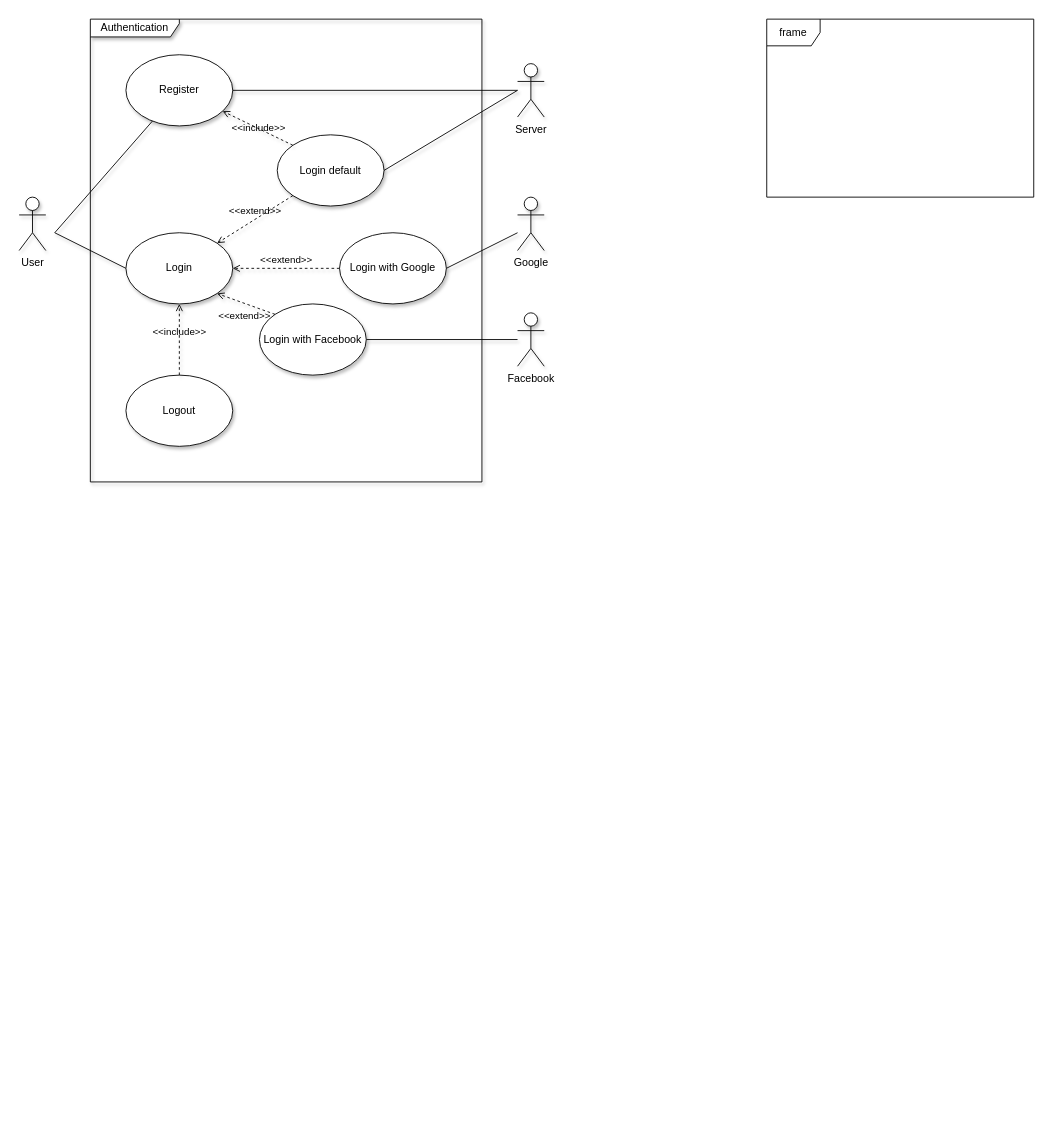
This is docs/UML/auth/usecase.drawio from thuongtruong1009/zoomer, a draw.io file, before an edit. Source tidied: cells renumbered, new cells numbered last; positions are measured from the earlier drawing's top-left corner, leaving out a move shared by most shapes. Both pictures are drawn from the tidied source at 89%, with x=0, y=0 at pixel (19, 19).
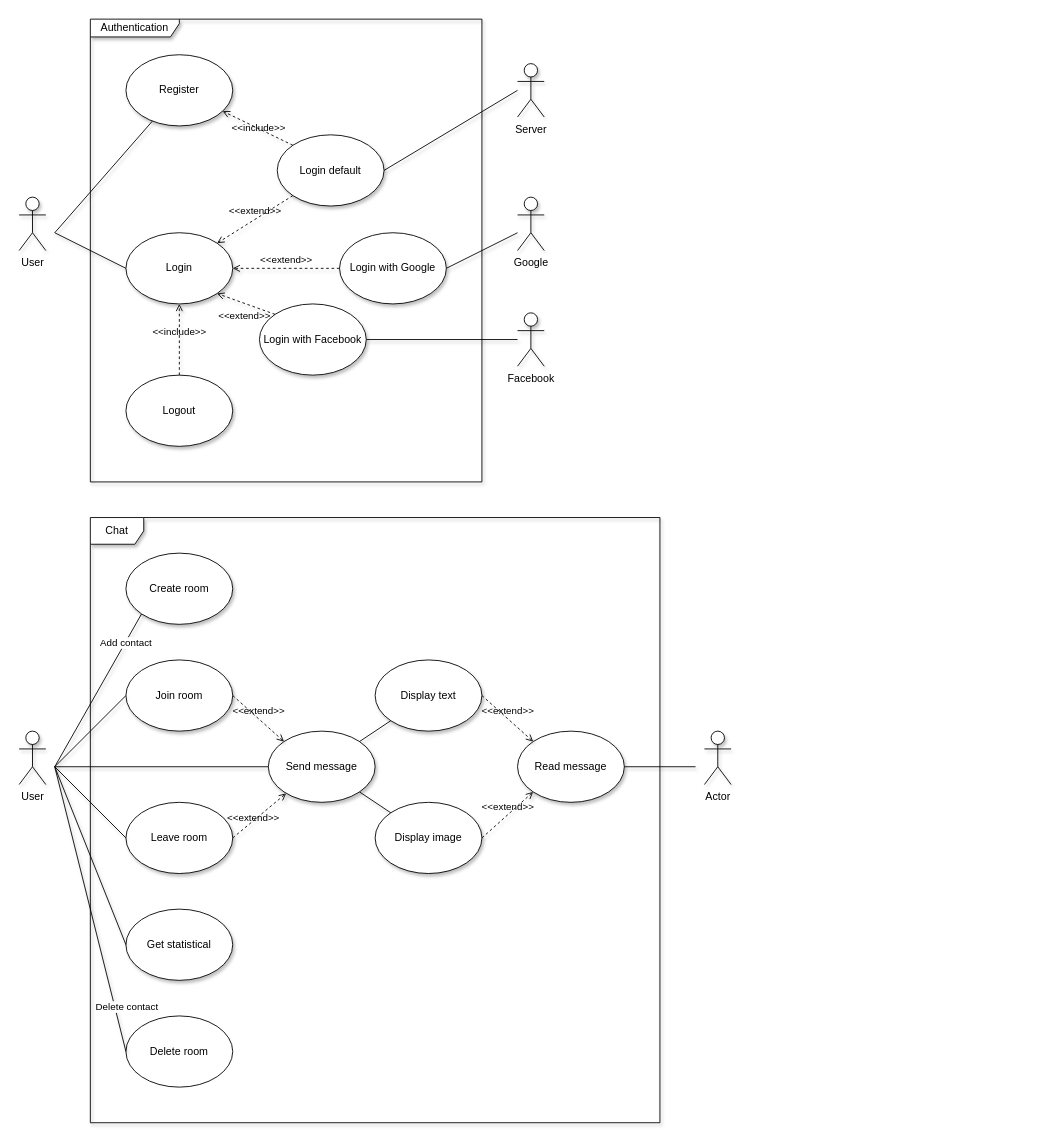
The same diagram, later.

The change refers to these unchanged cells:
```xml
<mxCell id="7" value="Register" style="ellipse;whiteSpace=wrap;html=1;shadow=1;" parent="1" vertex="1">
  <mxGeometry x="120" y="40" width="120" height="80" as="geometry" />
</mxCell>
```

Diff of the diagram source:
```diff
@@
-    <mxCell id="14" style="endArrow=none;html=1;rounded=0;exitX=1;exitY=0.5;exitDx=0;exitDy=0;shadow=1;" parent="1" edge="1" source="7">
-      <mxGeometry relative="1" as="geometry">
-        <mxPoint x="560" y="80" as="targetPoint" />
-      </mxGeometry>
-    </mxCell>
@@
-    <mxCell id="24" value="frame" style="shape=umlFrame;whiteSpace=wrap;html=1;" parent="1" vertex="1">
-      <mxGeometry x="840" width="300" height="200" as="geometry" />
+    <mxCell id="24" value="Chat" style="shape=umlFrame;whiteSpace=wrap;html=1;shadow=1;" parent="1" vertex="1">
+      <mxGeometry x="80" y="560" width="640" height="680" as="geometry" />
     </mxCell>
+    <mxCell id="25" value="User" style="shape=umlActor;verticalLabelPosition=bottom;verticalAlign=top;html=1;shadow=1;" parent="1" vertex="1">
+      <mxGeometry y="800" width="30" height="60" as="geometry" />
+    </mxCell>
+    <mxCell id="26" value="Actor" style="shape=umlActor;verticalLabelPosition=bottom;verticalAlign=top;html=1;shadow=1;" parent="1" vertex="1">
+      <mxGeometry x="770" y="800" width="30" height="60" as="geometry" />
+    </mxCell>
+    <mxCell id="27" value="Join room" style="ellipse;whiteSpace=wrap;html=1;shadow=1;" parent="1" vertex="1">
+      <mxGeometry x="120" y="720" width="120" height="80" as="geometry" />
+    </mxCell>
+    <mxCell id="28" value="Get statistical" style="ellipse;whiteSpace=wrap;html=1;shadow=1;" parent="1" vertex="1">
+      <mxGeometry x="120" y="1000" width="120" height="80" as="geometry" />
+    </mxCell>
+    <mxCell id="29" value="Read message" style="ellipse;whiteSpace=wrap;html=1;shadow=1;" parent="1" vertex="1">
+      <mxGeometry x="560" y="800" width="120" height="80" as="geometry" />
+    </mxCell>
+    <mxCell id="30" style="endArrow=none;html=1;rounded=0;entryX=0;entryY=0.5;entryDx=0;entryDy=0;shadow=1;" parent="1" edge="1" target="27">
+      <mxGeometry relative="1" as="geometry">
+        <mxPoint x="40" y="840" as="sourcePoint" />
+      </mxGeometry>
+    </mxCell>
+    <mxCell id="31" style="endArrow=none;html=1;rounded=0;entryX=1;entryY=0.5;entryDx=0;entryDy=0;shadow=1;" parent="1" edge="1" target="29">
+      <mxGeometry relative="1" as="geometry">
+        <mxPoint x="760" y="840" as="sourcePoint" />
+      </mxGeometry>
+    </mxCell>
+    <mxCell id="32" style="endArrow=none;html=1;rounded=0;entryX=0;entryY=1;entryDx=0;entryDy=0;shadow=1;" parent="1" edge="1" target="44">
+      <mxGeometry relative="1" as="geometry">
+        <mxPoint x="40" y="840" as="sourcePoint" />
+      </mxGeometry>
+    </mxCell>
+    <mxCell id="33" value="Add contact" style="edgeLabel;html=1;align=center;verticalAlign=middle;" parent="32" vertex="1">
+      <mxGeometry x="0.16" relative="1" as="geometry">
+        <mxPoint x="23" y="-40" as="offset" />
+      </mxGeometry>
+    </mxCell>
+    <mxCell id="34" style="endArrow=none;html=1;rounded=0;entryX=0;entryY=0.5;entryDx=0;entryDy=0;shadow=1;" parent="1" edge="1" target="35">
+      <mxGeometry relative="1" as="geometry">
+        <mxPoint x="40" y="840" as="sourcePoint" />
+      </mxGeometry>
+    </mxCell>
+    <mxCell id="35" value="Send message" style="ellipse;whiteSpace=wrap;html=1;shadow=1;" parent="1" vertex="1">
+      <mxGeometry x="280" y="800" width="120" height="80" as="geometry" />
+    </mxCell>
+    <mxCell id="36" value="&amp;lt;&amp;lt;extend&amp;gt;&amp;gt;" style="html=1;verticalAlign=bottom;labelBackgroundColor=none;endArrow=open;endFill=0;dashed=1;rounded=0;entryX=0;entryY=0;entryDx=0;entryDy=0;exitX=1;exitY=0.5;exitDx=0;exitDy=0;shadow=1;" parent="1" edge="1" source="27" target="35">
+      <mxGeometry relative="1" as="geometry" />
+    </mxCell>
+    <mxCell id="37" value="&amp;lt;&amp;lt;extend&amp;gt;&amp;gt;" style="html=1;verticalAlign=bottom;labelBackgroundColor=none;endArrow=open;endFill=0;dashed=1;rounded=0;exitX=1;exitY=0.5;exitDx=0;exitDy=0;shadow=1;" parent="1" edge="1" source="38">
+      <mxGeometry x="-0.31" y="-4" relative="1" as="geometry">
+        <mxPoint x="300" y="870" as="targetPoint" />
+      </mxGeometry>
+    </mxCell>
+    <mxCell id="38" value="Leave room" style="ellipse;whiteSpace=wrap;html=1;shadow=1;" parent="1" vertex="1">
+      <mxGeometry x="120" y="880" width="120" height="80" as="geometry" />
+    </mxCell>
+    <mxCell id="39" style="endArrow=none;html=1;rounded=0;entryX=0;entryY=0.5;entryDx=0;entryDy=0;shadow=1;" parent="1" edge="1" target="38">
+      <mxGeometry relative="1" as="geometry">
+        <mxPoint x="40" y="840" as="sourcePoint" />
+      </mxGeometry>
+    </mxCell>
+    <mxCell id="40" value="Display image" style="ellipse;whiteSpace=wrap;html=1;shadow=1;" parent="1" vertex="1">
+      <mxGeometry x="400" y="880" width="120" height="80" as="geometry" />
+    </mxCell>
+    <mxCell id="41" value="Display text" style="ellipse;whiteSpace=wrap;html=1;shadow=1;" parent="1" vertex="1">
+      <mxGeometry x="400" y="720" width="120" height="80" as="geometry" />
+    </mxCell>
+    <mxCell id="42" style="endArrow=none;html=1;rounded=0;entryX=0;entryY=1;entryDx=0;entryDy=0;exitX=1;exitY=0;exitDx=0;exitDy=0;shadow=1;" parent="1" edge="1" source="35" target="41">
+      <mxGeometry relative="1" as="geometry" />
+    </mxCell>
+    <mxCell id="43" style="endArrow=none;html=1;rounded=0;entryX=0;entryY=0;entryDx=0;entryDy=0;exitX=1;exitY=1;exitDx=0;exitDy=0;shadow=1;" parent="1" edge="1" source="35" target="40">
+      <mxGeometry relative="1" as="geometry" />
+    </mxCell>
+    <mxCell id="44" value="Create room" style="ellipse;whiteSpace=wrap;html=1;shadow=1;" parent="1" vertex="1">
+      <mxGeometry x="120" y="600" width="120" height="80" as="geometry" />
+    </mxCell>
+    <mxCell id="45" value="&amp;lt;&amp;lt;extend&amp;gt;&amp;gt;" style="html=1;verticalAlign=bottom;labelBackgroundColor=none;endArrow=open;endFill=0;dashed=1;rounded=0;entryX=0;entryY=0;entryDx=0;entryDy=0;exitX=1;exitY=0.5;exitDx=0;exitDy=0;shadow=1;" parent="1" edge="1" source="41" target="29">
+      <mxGeometry relative="1" as="geometry" />
+    </mxCell>
+    <mxCell id="46" value="&amp;lt;&amp;lt;extend&amp;gt;&amp;gt;" style="html=1;verticalAlign=bottom;labelBackgroundColor=none;endArrow=open;endFill=0;dashed=1;rounded=0;entryX=0;entryY=1;entryDx=0;entryDy=0;exitX=1;exitY=0.5;exitDx=0;exitDy=0;shadow=1;" parent="1" edge="1" source="40" target="29">
+      <mxGeometry relative="1" as="geometry" />
+    </mxCell>
+    <mxCell id="47" style="endArrow=none;html=1;rounded=0;entryX=0;entryY=0.5;entryDx=0;entryDy=0;shadow=1;" parent="1" edge="1" target="28">
+      <mxGeometry relative="1" as="geometry">
+        <mxPoint x="40" y="840" as="sourcePoint" />
+      </mxGeometry>
+    </mxCell>
+    <mxCell id="48" value="Delete room" style="ellipse;whiteSpace=wrap;html=1;" parent="1" vertex="1">
+      <mxGeometry x="120" y="1120" width="120" height="80" as="geometry" />
+    </mxCell>
+    <mxCell id="49" style="endArrow=none;html=1;rounded=0;entryX=0;entryY=0.5;entryDx=0;entryDy=0;shadow=1;" parent="1" edge="1" target="48">
+      <mxGeometry relative="1" as="geometry">
+        <mxPoint x="40" y="840" as="sourcePoint" />
+      </mxGeometry>
+    </mxCell>
+    <mxCell id="50" value="Delete contact" style="edgeLabel;html=1;align=center;verticalAlign=middle;" parent="49" vertex="1">
+      <mxGeometry x="0.55" y="-6" relative="1" as="geometry">
+        <mxPoint x="24" y="20" as="offset" />
+      </mxGeometry>
+    </mxCell>
```
